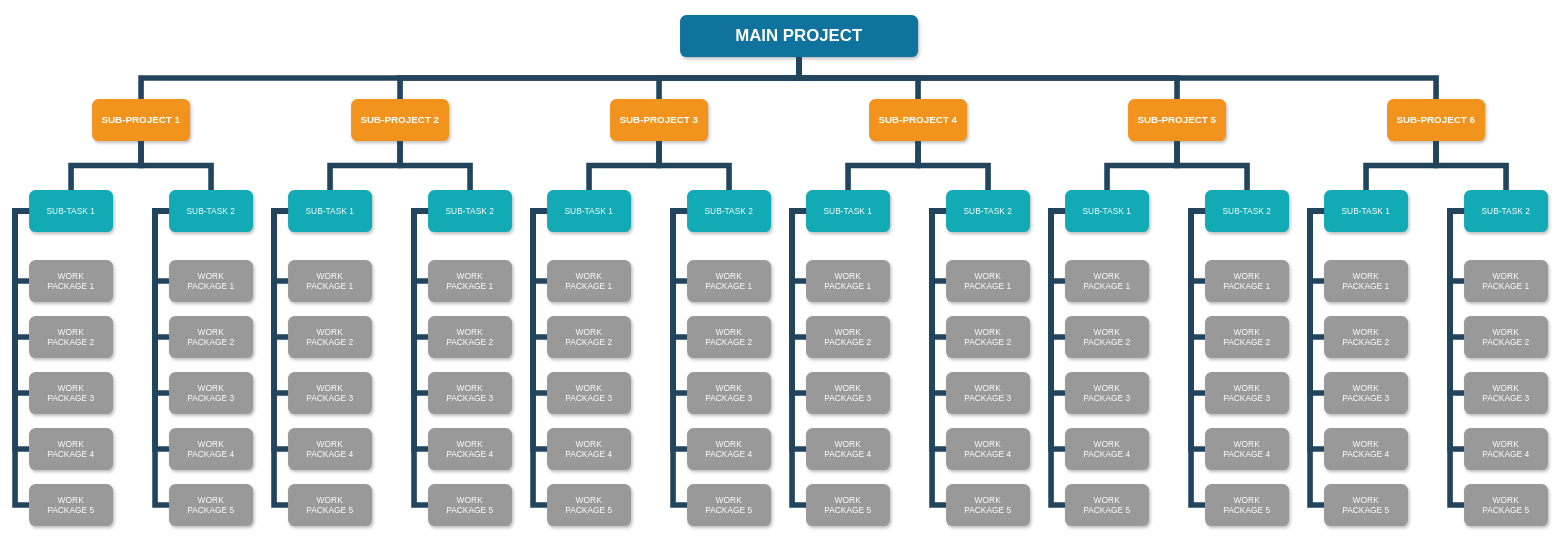
The draw.io diagram page "Page-1" (2 of 2) of Untitled Diagram.drawio in cagedh1/moyu, before the edit. Source tidied: cells renumbered, new cells numbered last; positions are measured from the earlier drawing's top-left corner, leaving out a move shared by most shapes. Both pictures are drawn from the tidied source at 70%, with x=0, y=0 at pixel (15, 15).
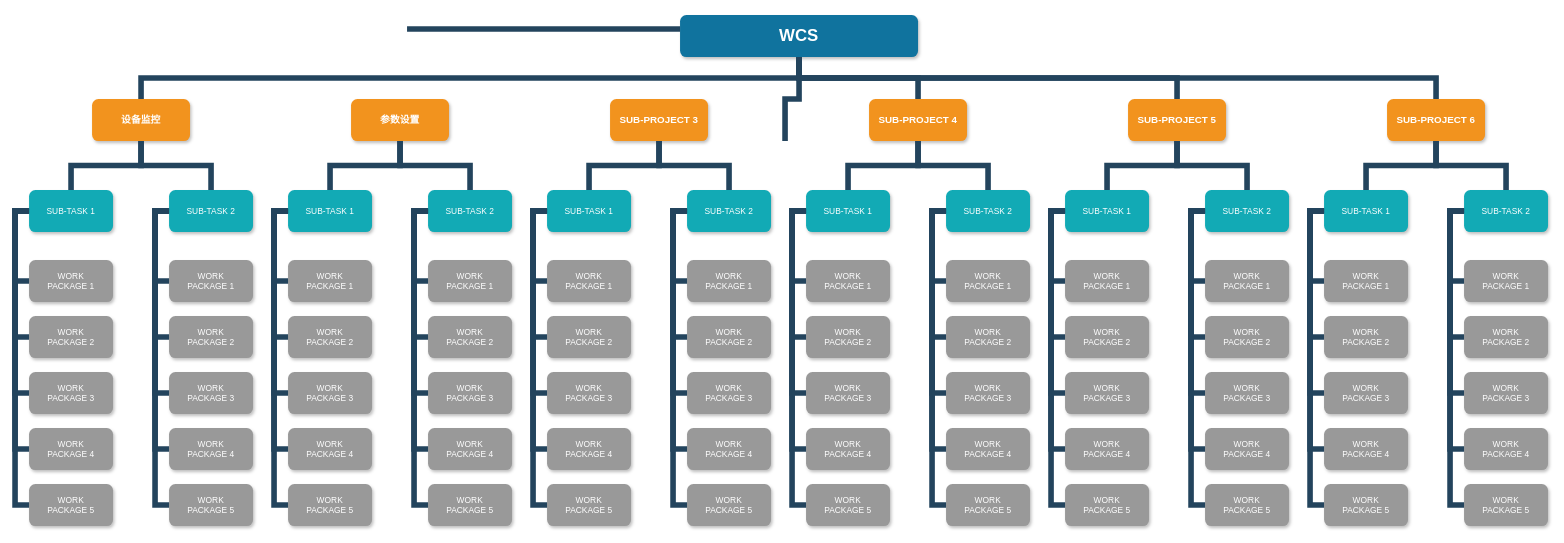
The same diagram, later.

The change refers to these unchanged cells:
```xml
<mxCell id="6" value="SUB-PROJECT 3" style="whiteSpace=wrap;rounded=1;fillColor=#F2931E;strokeColor=none;shadow=1;fontColor=#FFFFFF;fontStyle=1;fontSize=14;" parent="1" vertex="1">
  <mxGeometry x="850" y="120" width="140" height="60" as="geometry" />
</mxCell>
```

Diff of the diagram source:
```diff
@@
-    <mxCell id="2" value="MAIN PROJECT" style="whiteSpace=wrap;rounded=1;shadow=1;fillColor=#10739E;strokeColor=none;fontColor=#FFFFFF;fontStyle=1;fontSize=24;" parent="1" vertex="1">
+    <mxCell id="2" value="WCS" style="whiteSpace=wrap;rounded=1;shadow=1;fillColor=#10739E;strokeColor=none;fontColor=#FFFFFF;fontStyle=1;fontSize=24;" parent="1" vertex="1">
       <mxGeometry x="950" width="340" height="60" as="geometry" />
     </mxCell>
-    <mxCell id="3" value="SUB-PROJECT 1" style="whiteSpace=wrap;rounded=1;fillColor=#F2931E;strokeColor=none;shadow=1;fontColor=#FFFFFF;fontStyle=1;fontSize=14;" parent="1" vertex="1">
+    <mxCell id="3" value="设备监控" style="whiteSpace=wrap;rounded=1;fillColor=#F2931E;strokeColor=none;shadow=1;fontColor=#FFFFFF;fontStyle=1;fontSize=14;" parent="1" vertex="1">
       <mxGeometry x="110" y="120" width="140" height="60" as="geometry" />
     </mxCell>
-    <mxCell id="4" value="SUB-PROJECT 2" style="whiteSpace=wrap;rounded=1;fillColor=#F2931E;strokeColor=none;shadow=1;fontColor=#FFFFFF;fontStyle=1;fontSize=14;" parent="1" vertex="1">
+    <mxCell id="4" value="参数设置" style="whiteSpace=wrap;rounded=1;fillColor=#F2931E;strokeColor=none;shadow=1;fontColor=#FFFFFF;fontStyle=1;fontSize=14;" parent="1" vertex="1">
       <mxGeometry x="480" y="120" width="140" height="60" as="geometry" />
     </mxCell>
@@
-    <mxCell id="154" style="edgeStyle=elbowEdgeStyle;elbow=vertical;rounded=0;fontColor=#000000;endArrow=none;endFill=0;strokeWidth=8;strokeColor=#23445D;" parent="1" edge="1" source="2" target="4">
-      <mxGeometry relative="1" as="geometry" />
+    <mxCell id="154" style="edgeStyle=elbowEdgeStyle;elbow=vertical;rounded=0;fontColor=#000000;endArrow=none;endFill=0;strokeWidth=8;strokeColor=#23445D;" parent="1" edge="1" source="2">
+      <mxGeometry relative="1" as="geometry">
+        <mxPoint x="560" y="20" as="targetPoint" />
+      </mxGeometry>
     </mxCell>
-    <mxCell id="155" style="edgeStyle=elbowEdgeStyle;elbow=vertical;rounded=0;fontColor=#000000;endArrow=none;endFill=0;strokeWidth=8;strokeColor=#23445D;" parent="1" edge="1" source="2" target="6">
-      <mxGeometry relative="1" as="geometry" />
+    <mxCell id="155" style="edgeStyle=elbowEdgeStyle;elbow=vertical;rounded=0;fontColor=#000000;endArrow=none;endFill=0;strokeWidth=8;strokeColor=#23445D;" parent="1" edge="1" source="2">
+      <mxGeometry relative="1" as="geometry">
+        <mxPoint x="1100" y="180" as="targetPoint" />
+      </mxGeometry>
     </mxCell>
```
